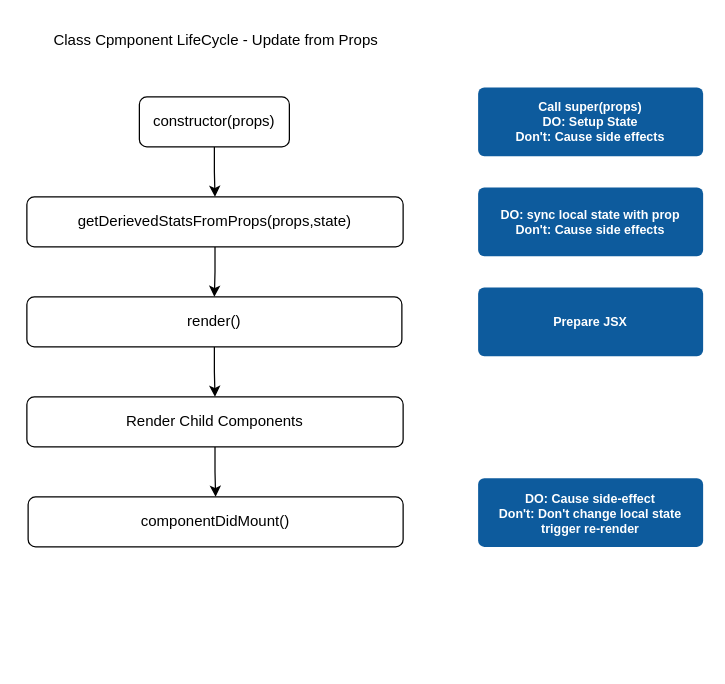
chrisbchoi/cc-react-lifecycle-methods keeps this draw.io diagram as ComponentLifeCycleUpdateFromProp.drawio. Above is the earlier version. Source tidied: cells renumbered, new cells numbered last; positions are measured from the earlier drawing's top-left corner, leaving out a move shared by most shapes. Both pictures are drawn from the tidied source at 125%, with x=0, y=0 at pixel (22, 21).
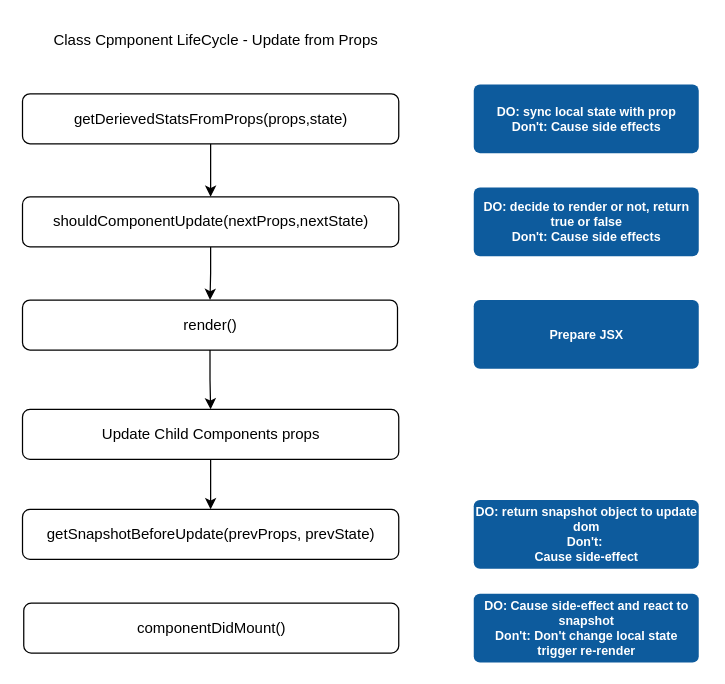
Above is the later version.

Change to the diagram source:
```diff
@@
 <mxGraphModel>
   <root>
     <mxCell id="0" />
     <mxCell id="1" parent="0" />
-    <mxCell id="2" style="edgeStyle=orthogonalEdgeStyle;rounded=0;jettySize=auto;html=1;" parent="1" edge="1" source="3" target="6">
-      <mxGeometry relative="1" as="geometry" />
-    </mxCell>
-    <mxCell id="3" value="constructor(props)" style="rounded=1;whiteSpace=wrap;html=1;fontSize=12;glass=0;strokeWidth=1;shadow=0;" parent="1" vertex="1">
-      <mxGeometry x="93" y="60" width="120" height="40" as="geometry" />
-    </mxCell>
     <mxCell id="4" value="Class Cpmponent LifeCycle - Update from Props" style="text;html=1;strokeColor=none;fillColor=none;align=center;verticalAlign=middle;whiteSpace=wrap;rounded=0;" parent="1" vertex="1">
       <mxGeometry x="-0.5" width="309" height="30" as="geometry" />
     </mxCell>
-    <mxCell id="5" style="edgeStyle=orthogonalEdgeStyle;rounded=0;jettySize=auto;html=1;" parent="1" edge="1" source="6" target="8">
-      <mxGeometry relative="1" as="geometry" />
-    </mxCell>
+    <mxCell id="16" style="edgeStyle=orthogonalEdgeStyle;rounded=0;jettySize=auto;html=1;" parent="1" edge="1" source="6" target="18">
+      <mxGeometry relative="1" as="geometry" />
+    </mxCell>
     <mxCell id="6" value="getDerievedStatsFromProps(props,state)" style="rounded=1;whiteSpace=wrap;html=1;fontSize=12;glass=0;strokeWidth=1;shadow=0;" parent="1" vertex="1">
-      <mxGeometry x="3" y="140" width="301" height="40" as="geometry" />
+      <mxGeometry x="-0.5" y="57.5" width="301" height="40" as="geometry" />
     </mxCell>
+    <mxCell id="17" style="edgeStyle=orthogonalEdgeStyle;rounded=0;jettySize=auto;html=1;" parent="1" edge="1" source="18" target="8">
+      <mxGeometry relative="1" as="geometry" />
+    </mxCell>
+    <mxCell id="18" value="shouldComponentUpdate(nextProps,nextState)" style="rounded=1;whiteSpace=wrap;html=1;fontSize=12;glass=0;strokeWidth=1;shadow=0;" parent="1" vertex="1">
+      <mxGeometry x="-0.5" y="140" width="301" height="40" as="geometry" />
+    </mxCell>
     <mxCell id="7" style="edgeStyle=orthogonalEdgeStyle;rounded=0;jettySize=auto;html=1;" parent="1" edge="1" source="8" target="10">
       <mxGeometry relative="1" as="geometry" />
     </mxCell>
     <mxCell id="8" value="render()" style="rounded=1;whiteSpace=wrap;html=1;fontSize=12;glass=0;strokeWidth=1;shadow=0;" parent="1" vertex="1">
-      <mxGeometry x="3" y="220" width="300" height="40" as="geometry" />
+      <mxGeometry x="-0.5" y="222.5" width="300" height="40" as="geometry" />
     </mxCell>
-    <mxCell id="9" style="edgeStyle=orthogonalEdgeStyle;rounded=0;jettySize=auto;html=1;" parent="1" edge="1" source="10" target="11">
-      <mxGeometry relative="1" as="geometry" />
-    </mxCell>
+    <mxCell id="19" style="edgeStyle=orthogonalEdgeStyle;rounded=0;jettySize=auto;html=1;" parent="1" edge="1" source="10" target="20">
+      <mxGeometry relative="1" as="geometry" />
+    </mxCell>
-    <mxCell id="10" value="Render Child Components" style="rounded=1;whiteSpace=wrap;html=1;fontSize=12;glass=0;strokeWidth=1;shadow=0;" parent="1" vertex="1">
-      <mxGeometry x="3" y="300" width="301" height="40" as="geometry" />
+    <mxCell id="10" value="Update Child Components props" style="rounded=1;whiteSpace=wrap;html=1;fontSize=12;glass=0;strokeWidth=1;shadow=0;" parent="1" vertex="1">
+      <mxGeometry x="-0.5" y="310" width="301" height="40" as="geometry" />
     </mxCell>
+    <mxCell id="20" value="getSnapshotBeforeUpdate(prevProps, prevState)" style="rounded=1;whiteSpace=wrap;html=1;fontSize=12;glass=0;strokeWidth=1;shadow=0;" parent="1" vertex="1">
+      <mxGeometry x="-0.5" y="390" width="301" height="40" as="geometry" />
+    </mxCell>
     <mxCell id="11" value="componentDidMount()" style="rounded=1;whiteSpace=wrap;html=1;fontSize=12;glass=0;strokeWidth=1;shadow=0;" parent="1" vertex="1">
-      <mxGeometry x="4" y="380" width="300" height="40" as="geometry" />
+      <mxGeometry x="0.5" y="465" width="300" height="40" as="geometry" />
     </mxCell>
-    <mxCell id="12" value="&lt;div&gt;Call super(props)&lt;/div&gt;&lt;div&gt;DO: Setup State&lt;/div&gt;&lt;div&gt;Don't: Cause side effects&lt;/div&gt;" style="html=1;shadow=0;dashed=0;shape=mxgraph.bootstrap.rrect;align=center;rSize=5;strokeColor=none;fillColor=#0D5B9D;fontColor=#ffffff;fontStyle=1;whiteSpace=wrap;fontSize=10;" parent="1" vertex="1">
-      <mxGeometry x="364" y="52.5" width="180" height="55" as="geometry" />
-    </mxCell>
     <mxCell id="13" value="&lt;div&gt;&lt;span&gt;DO: sync local state with prop&lt;/span&gt;&lt;br&gt;&lt;/div&gt;&lt;div&gt;Don't: Cause side effects&lt;/div&gt;" style="html=1;shadow=0;dashed=0;shape=mxgraph.bootstrap.rrect;align=center;rSize=5;strokeColor=none;fillColor=#0D5B9D;fontColor=#ffffff;fontStyle=1;whiteSpace=wrap;fontSize=10;" parent="1" vertex="1">
-      <mxGeometry x="364" y="132.5" width="180" height="55" as="geometry" />
+      <mxGeometry x="360.5" y="50" width="180" height="55" as="geometry" />
     </mxCell>
     <mxCell id="14" value="&lt;div&gt;Prepare JSX&lt;/div&gt;" style="html=1;shadow=0;dashed=0;shape=mxgraph.bootstrap.rrect;align=center;rSize=5;strokeColor=none;fillColor=#0D5B9D;fontColor=#ffffff;fontStyle=1;whiteSpace=wrap;fontSize=10;" parent="1" vertex="1">
-      <mxGeometry x="364" y="212.5" width="180" height="55" as="geometry" />
+      <mxGeometry x="360.5" y="222.5" width="180" height="55" as="geometry" />
     </mxCell>
-    <mxCell id="15" value="&lt;div&gt;&lt;span&gt;DO: Cause side-effect&lt;/span&gt;&lt;br&gt;&lt;/div&gt;&lt;div&gt;Don't: Don't change local state&lt;/div&gt;&lt;div&gt;trigger re-render&lt;/div&gt;" style="html=1;shadow=0;dashed=0;shape=mxgraph.bootstrap.rrect;align=center;rSize=5;strokeColor=none;fillColor=#0D5B9D;fontColor=#ffffff;fontStyle=1;whiteSpace=wrap;fontSize=10;" parent="1" vertex="1">
-      <mxGeometry x="364" y="365" width="180" height="55" as="geometry" />
+    <mxCell id="15" value="&lt;div&gt;&lt;span&gt;DO: Cause side-effect and react to snapshot&lt;/span&gt;&lt;br&gt;&lt;/div&gt;&lt;div&gt;Don't: Don't change local state&lt;/div&gt;&lt;div&gt;trigger re-render&lt;/div&gt;" style="html=1;shadow=0;dashed=0;shape=mxgraph.bootstrap.rrect;align=center;rSize=5;strokeColor=none;fillColor=#0D5B9D;fontColor=#ffffff;fontStyle=1;whiteSpace=wrap;fontSize=10;" parent="1" vertex="1">
+      <mxGeometry x="360.5" y="457.5" width="180" height="55" as="geometry" />
     </mxCell>
+    <mxCell id="21" value="&lt;div&gt;&lt;span&gt;DO: decide to render or not, return true or false&lt;/span&gt;&lt;br&gt;&lt;/div&gt;&lt;div&gt;Don't: Cause side effects&lt;/div&gt;" style="html=1;shadow=0;dashed=0;shape=mxgraph.bootstrap.rrect;align=center;rSize=5;strokeColor=none;fillColor=#0D5B9D;fontColor=#ffffff;fontStyle=1;whiteSpace=wrap;fontSize=10;" parent="1" vertex="1">
+      <mxGeometry x="360.5" y="132.5" width="180" height="55" as="geometry" />
+    </mxCell>
+    <mxCell id="22" value="&lt;div&gt;&lt;span&gt;DO: return snapshot object to update dom&lt;/span&gt;&lt;br&gt;&lt;/div&gt;&lt;div&gt;Don't:&amp;nbsp;&lt;/div&gt;Cause side-effect" style="html=1;shadow=0;dashed=0;shape=mxgraph.bootstrap.rrect;align=center;rSize=5;strokeColor=none;fillColor=#0D5B9D;fontColor=#ffffff;fontStyle=1;whiteSpace=wrap;fontSize=10;" parent="1" vertex="1">
+      <mxGeometry x="360.5" y="382.5" width="180" height="55" as="geometry" />
+    </mxCell>
   </root>
 </mxGraphModel>
```
